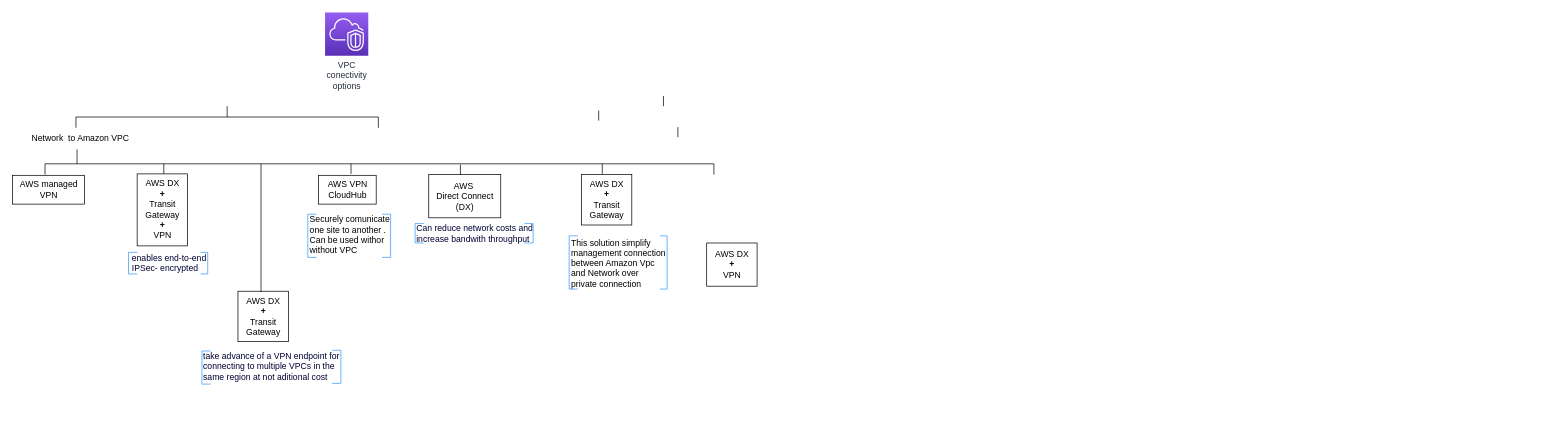
Earlier version of the draw.io diagram certification/vpc_connectivityoption.drawio (ldipotetjob/AWS). Source tidied: cells renumbered, new cells numbered last; positions are measured from the earlier drawing's top-left corner, leaving out a move shared by most shapes. Both pictures are drawn from the tidied source at 72%, with x=0, y=0 at pixel (12, 12).
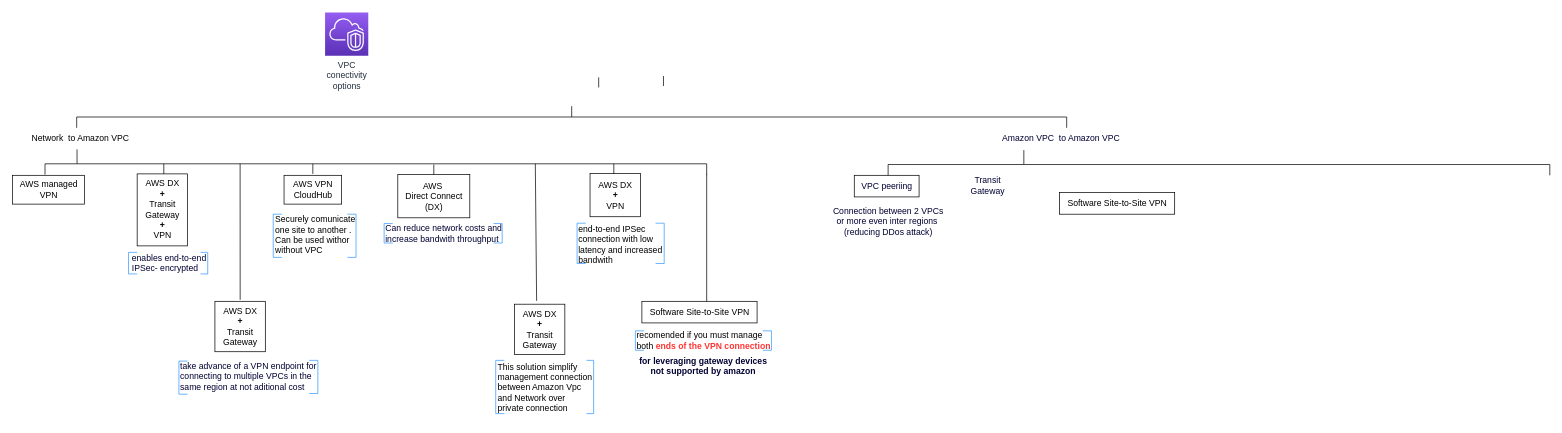
After the change.

Change to the diagram source:
```diff
@@
     <mxCell id="2" value="This solution simplify&lt;br&gt;management connection&lt;br&gt;between Amazon Vpc &lt;br&gt;and Network&amp;nbsp;over &lt;br&gt;private connection" style="text;html=1;align=left;verticalAlign=middle;strokeColor=none;fillColor=none;" parent="1" vertex="1">
-      <mxGeometry x="774" y="303" width="150" height="90" as="geometry" />
+      <mxGeometry x="672" y="476" width="150" height="90" as="geometry" />
     </mxCell>
@@
     <mxCell id="4" style="strokeWidth=1;html=1;shape=mxgraph.flowchart.annotation_2;align=left;labelPosition=right;direction=south;" parent="1" vertex="1">
-      <mxGeometry x="88" y="130" width="420" height="30" as="geometry" />
+      <mxGeometry x="89" y="130" width="1375" height="30" as="geometry" />
     </mxCell>
@@
     <mxCell id="6" style="strokeWidth=1;html=1;shape=mxgraph.flowchart.annotation_1;align=left;direction=south;" parent="1" vertex="1">
-      <mxGeometry x="45" y="210" width="929" height="15" as="geometry" />
+      <mxGeometry x="45" y="210" width="919" height="15" as="geometry" />
     </mxCell>
@@
     <mxCell id="14" value="take advance of a VPN endpoint for &lt;br&gt;connecting to multiple VPCs in the &lt;br&gt;same region&amp;nbsp;at not aditional cost" style="text;html=1;align=left;verticalAlign=middle;strokeColor=none;fillColor=none;fontSize=12;fontColor=#000033;" parent="1" vertex="1">
-      <mxGeometry x="263" y="462" width="210" height="60" as="geometry" />
+      <mxGeometry x="231" y="476" width="210" height="60" as="geometry" />
     </mxCell>
     <mxCell id="15" style="strokeWidth=1;html=1;shape=mxgraph.flowchart.annotation_1;align=left;fontColor=#000033;fillColor=none;strokeColor=#3399FF;" parent="1" vertex="1">
-      <mxGeometry x="263" y="470" width="12" height="46" as="geometry" />
+      <mxGeometry x="231" y="484" width="12" height="46" as="geometry" />
     </mxCell>
     <mxCell id="16" style="strokeWidth=1;html=1;shape=mxgraph.flowchart.annotation_1;align=left;fontColor=#000033;fillColor=none;direction=west;strokeColor=#3399FF;" parent="1" vertex="1">
-      <mxGeometry x="444" y="469" width="12" height="46" as="geometry" />
+      <mxGeometry x="412" y="483" width="12" height="46" as="geometry" />
     </mxCell>
     <mxCell id="17" style="endArrow=none;html=1;rounded=0;" parent="1" edge="1">
       <mxGeometry relative="1" as="geometry">
-        <mxPoint x="814" y="150" as="sourcePoint" />
-        <mxPoint x="814" y="136" as="targetPoint" />
+        <mxPoint x="814" y="104" as="sourcePoint" />
+        <mxPoint x="814" y="90" as="targetPoint" />
       </mxGeometry>
     </mxCell>
     <mxCell id="18" style="endArrow=none;html=1;rounded=0;" parent="1" edge="1">
       <mxGeometry relative="1" as="geometry">
-        <mxPoint x="904" y="130" as="sourcePoint" />
-        <mxPoint x="904" y="116" as="targetPoint" />
+        <mxPoint x="904" y="102" as="sourcePoint" />
+        <mxPoint x="904" y="88" as="targetPoint" />
       </mxGeometry>
     </mxCell>
     <mxCell id="19" style="endArrow=none;html=1;rounded=0;" parent="1" edge="1">
       <mxGeometry relative="1" as="geometry">
-        <mxPoint x="924" y="173" as="sourcePoint" />
-        <mxPoint x="924" y="159" as="targetPoint" />
+        <mxPoint x="835" y="224" as="sourcePoint" />
+        <mxPoint x="835" y="210" as="targetPoint" />
       </mxGeometry>
     </mxCell>
     <mxCell id="20" value="AWS VPN&lt;br&gt;CloudHub" style="text;html=1;align=center;verticalAlign=middle;strokeColor=default;fillColor=none;" parent="1" vertex="1">
-      <mxGeometry x="425" y="226" width="80" height="40" as="geometry" />
+      <mxGeometry x="377" y="226" width="80" height="40" as="geometry" />
     </mxCell>
     <mxCell id="21" value="Securely comunicate &lt;br&gt;one site to another . &lt;br&gt;Can be used withor &lt;br&gt;without VPC&amp;nbsp;&amp;nbsp;" style="text;html=1;align=left;verticalAlign=middle;strokeColor=none;fillColor=none;" parent="1" vertex="1">
-      <mxGeometry x="411" y="274" width="130" height="70" as="geometry" />
+      <mxGeometry x="363" y="274" width="130" height="70" as="geometry" />
     </mxCell>
     <mxCell id="22" style="strokeWidth=1;html=1;shape=mxgraph.flowchart.annotation_1;align=left;fontColor=#000033;fillColor=none;strokeColor=#3399FF;" parent="1" vertex="1">
-      <mxGeometry x="410" y="280" width="12" height="60" as="geometry" />
+      <mxGeometry x="362" y="280" width="12" height="60" as="geometry" />
     </mxCell>
     <mxCell id="23" style="strokeWidth=1;html=1;shape=mxgraph.flowchart.annotation_1;align=left;fontColor=#000033;fillColor=none;direction=west;strokeColor=#3399FF;" parent="1" vertex="1">
-      <mxGeometry x="513" y="280" width="12" height="60" as="geometry" />
+      <mxGeometry x="465" y="280" width="12" height="60" as="geometry" />
     </mxCell>
     <mxCell id="24" style="endArrow=none;html=1;rounded=0;" parent="1" edge="1">
       <mxGeometry relative="1" as="geometry">
-        <mxPoint x="470" y="224" as="sourcePoint" />
-        <mxPoint x="470" y="210" as="targetPoint" />
+        <mxPoint x="417" y="224" as="sourcePoint" />
+        <mxPoint x="417" y="210" as="targetPoint" />
       </mxGeometry>
     </mxCell>
     <mxCell id="25" value="AWS&amp;nbsp;&lt;br&gt;Direct Connect&lt;br&gt;(DX)" style="text;html=1;align=center;verticalAlign=middle;strokeColor=default;fillColor=none;" parent="1" vertex="1">
-      <mxGeometry x="578" y="225" width="100" height="60" as="geometry" />
+      <mxGeometry x="535" y="225" width="100" height="60" as="geometry" />
     </mxCell>
     <mxCell id="26" value="Can reduce network costs and&lt;br&gt;increase bandwith throughput" style="text;html=1;align=left;verticalAlign=middle;strokeColor=none;fillColor=none;fontSize=12;fontColor=#000033;" parent="1" vertex="1">
-      <mxGeometry x="559" y="287" width="190" height="40" as="geometry" />
+      <mxGeometry x="516" y="287" width="190" height="40" as="geometry" />
     </mxCell>
     <mxCell id="27" style="strokeWidth=1;html=1;shape=mxgraph.flowchart.annotation_1;align=left;fontColor=#000033;fillColor=none;strokeColor=#3399FF;" parent="1" vertex="1">
-      <mxGeometry x="559" y="293" width="12" height="27" as="geometry" />
+      <mxGeometry x="516" y="293" width="12" height="27" as="geometry" />
     </mxCell>
     <mxCell id="28" style="strokeWidth=1;html=1;shape=mxgraph.flowchart.annotation_1;align=left;fontColor=#000033;fillColor=none;direction=west;strokeColor=#3399FF;" parent="1" vertex="1">
-      <mxGeometry x="711" y="293" width="12" height="27" as="geometry" />
+      <mxGeometry x="668" y="293" width="12" height="27" as="geometry" />
     </mxCell>
     <mxCell id="29" style="endArrow=none;html=1;rounded=0;" parent="1" edge="1">
       <mxGeometry relative="1" as="geometry">
-        <mxPoint x="622" y="225" as="sourcePoint" />
-        <mxPoint x="622" y="211" as="targetPoint" />
+        <mxPoint x="585" y="225" as="sourcePoint" />
+        <mxPoint x="585" y="211" as="targetPoint" />
       </mxGeometry>
     </mxCell>
     <mxCell id="30" value="AWS DX&lt;br&gt;&lt;b&gt;+&lt;br&gt;&lt;/b&gt;Transit&lt;br&gt;Gateway" style="text;html=1;align=center;verticalAlign=middle;points=[];strokeColor=default;fillColor=none;" parent="1" vertex="1">
-      <mxGeometry x="313" y="387" width="70" height="70" as="geometry" />
+      <mxGeometry x="281" y="401" width="70" height="70" as="geometry" />
     </mxCell>
-    <mxCell id="31" style="endArrow=none;html=1;rounded=0;" parent="1" edge="1">
+    <mxCell id="31" style="endArrow=none;html=1;rounded=0;exitX=0.501;exitY=-0.03;exitDx=0;exitDy=0;exitPerimeter=0;" parent="1" edge="1" source="30">
       <mxGeometry relative="1" as="geometry">
-        <mxPoint x="345" y="388" as="sourcePoint" />
-        <mxPoint x="345" y="210" as="targetPoint" />
+        <mxPoint x="316" y="210" as="targetPoint" />
       </mxGeometry>
     </mxCell>
-    <mxCell id="32" style="endArrow=none;html=1;rounded=0;" parent="1" edge="1">
+    <mxCell id="32" style="endArrow=none;html=1;rounded=0;exitX=0.44;exitY=-0.067;exitDx=0;exitDy=0;exitPerimeter=0;" parent="1" edge="1" source="33">
       <mxGeometry relative="1" as="geometry">
-        <mxPoint x="819" y="224" as="sourcePoint" />
-        <mxPoint x="819" y="210" as="targetPoint" />
+        <mxPoint x="726" y="210" as="targetPoint" />
       </mxGeometry>
     </mxCell>
     <mxCell id="33" value="AWS DX&lt;br&gt;&lt;b&gt;+&lt;br&gt;&lt;/b&gt;Transit&lt;br&gt;Gateway" style="text;html=1;align=center;verticalAlign=middle;points=[];strokeColor=default;fillColor=none;" parent="1" vertex="1">
-      <mxGeometry x="790" y="225" width="70" height="70" as="geometry" />
+      <mxGeometry x="697" y="405" width="70" height="70" as="geometry" />
     </mxCell>
     <mxCell id="34" style="strokeWidth=1;html=1;shape=mxgraph.flowchart.annotation_1;align=left;fontColor=#000033;fillColor=none;strokeColor=#3399FF;" parent="1" vertex="1">
-      <mxGeometry x="773" y="310" width="12" height="74" as="geometry" />
+      <mxGeometry x="671" y="483" width="12" height="74" as="geometry" />
     </mxCell>
     <mxCell id="35" style="strokeWidth=1;html=1;shape=mxgraph.flowchart.annotation_1;align=left;fontColor=#000033;fillColor=none;direction=west;strokeColor=#3399FF;" parent="1" vertex="1">
-      <mxGeometry x="899" y="310" width="10" height="74" as="geometry" />
+      <mxGeometry x="797" y="483" width="10" height="74" as="geometry" />
     </mxCell>
     <mxCell id="36" value="AWS DX&lt;br&gt;&lt;b&gt;+&lt;/b&gt;&lt;br&gt;VPN" style="text;html=1;align=center;verticalAlign=middle;strokeColor=default;fillColor=none;" parent="1" vertex="1">
-      <mxGeometry x="964" y="320" width="70" height="60" as="geometry" />
+      <mxGeometry x="802" y="223.5" width="70" height="60" as="geometry" />
     </mxCell>
+    <mxCell id="37" value="end-to-end IPSec &lt;br&gt;connection&amp;nbsp;with low &lt;br&gt;latency and increased&amp;nbsp;&lt;br&gt;bandwith" style="text;html=1;align=left;verticalAlign=middle;strokeColor=none;fillColor=none;" parent="1" vertex="1">
+      <mxGeometry x="784" y="286.5" width="140" height="70" as="geometry" />
+    </mxCell>
+    <mxCell id="38" style="strokeWidth=1;html=1;shape=mxgraph.flowchart.annotation_1;align=left;fontColor=#000033;fillColor=none;strokeColor=#3399FF;" parent="1" vertex="1">
+      <mxGeometry x="784" y="292.5" width="12" height="56" as="geometry" />
+    </mxCell>
+    <mxCell id="39" style="strokeWidth=1;html=1;shape=mxgraph.flowchart.annotation_1;align=left;fontColor=#000033;fillColor=none;direction=west;strokeColor=#3399FF;" parent="1" vertex="1">
+      <mxGeometry x="893" y="292.5" width="12" height="56" as="geometry" />
+    </mxCell>
+    <mxCell id="40" value="Software Site-to-Site VPN" style="text;html=1;align=center;verticalAlign=middle;strokeColor=default;fillColor=none;" parent="1" vertex="1">
+      <mxGeometry x="874" y="401" width="160" height="30" as="geometry" />
+    </mxCell>
+    <mxCell id="41" style="endArrow=none;html=1;rounded=0;exitX=0.44;exitY=-0.067;exitDx=0;exitDy=0;exitPerimeter=0;" parent="1" edge="1">
+      <mxGeometry relative="1" as="geometry">
+        <mxPoint x="964" y="401" as="sourcePoint" />
+        <mxPoint x="964" y="224" as="targetPoint" />
+      </mxGeometry>
+    </mxCell>
+    <mxCell id="42" value="recomended if you must manage &lt;br&gt;both&amp;nbsp;&lt;b&gt;&lt;font color=&quot;#ff3333&quot;&gt;ends of the VPN connection&lt;/font&gt;&lt;/b&gt;&amp;nbsp;" style="text;html=1;align=left;verticalAlign=middle;strokeColor=none;fillColor=none;" parent="1" vertex="1">
+      <mxGeometry x="865" y="436" width="210" height="40" as="geometry" />
+    </mxCell>
+    <mxCell id="43" style="strokeWidth=1;html=1;shape=mxgraph.flowchart.annotation_1;align=left;fontColor=#000033;fillColor=none;strokeColor=#3399FF;" parent="1" vertex="1">
+      <mxGeometry x="865" y="442" width="12" height="27" as="geometry" />
+    </mxCell>
+    <mxCell id="44" style="strokeWidth=1;html=1;shape=mxgraph.flowchart.annotation_1;align=left;fontColor=#000033;fillColor=none;direction=west;strokeColor=#3399FF;" parent="1" vertex="1">
+      <mxGeometry x="1042" y="442" width="12" height="27" as="geometry" />
+    </mxCell>
+    <mxCell id="45" value="&lt;b&gt;for leveraging gateway devices &lt;br&gt;not supported by amazon&lt;/b&gt;" style="text;html=1;align=center;verticalAlign=middle;strokeColor=none;fillColor=none;fontColor=#000033;" parent="1" vertex="1">
+      <mxGeometry x="859" y="471" width="200" height="40" as="geometry" />
+    </mxCell>
+    <mxCell id="46" value="Amazon VPC&amp;nbsp; to Amazon VPC" style="text;html=1;align=center;verticalAlign=middle;strokeColor=none;fillColor=none;fontColor=#000033;" parent="1" vertex="1">
+      <mxGeometry x="1361" y="160" width="190" height="30" as="geometry" />
+    </mxCell>
+    <mxCell id="47" style="strokeWidth=1;html=1;shape=mxgraph.flowchart.annotation_1;align=left;direction=south;" parent="1" vertex="1">
+      <mxGeometry x="1216" y="211" width="919" height="15" as="geometry" />
+    </mxCell>
+    <mxCell id="48" style="endArrow=none;html=1;rounded=0;" parent="1" edge="1">
+      <mxGeometry relative="1" as="geometry">
+        <mxPoint x="1404.5" y="211" as="sourcePoint" />
+        <mxPoint x="1404.5" y="191" as="targetPoint" />
+      </mxGeometry>
+    </mxCell>
+    <mxCell id="49" value="VPC peeriing" style="text;html=1;align=center;verticalAlign=middle;strokeColor=default;fillColor=none;fontColor=#000033;" parent="1" vertex="1">
+      <mxGeometry x="1169" y="226" width="90" height="30" as="geometry" />
+    </mxCell>
+    <mxCell id="50" value="Transit &lt;br&gt;Gateway" style="text;html=1;align=center;verticalAlign=middle;strokeColor=none;fillColor=none;fontColor=#000033;" parent="1" vertex="1">
+      <mxGeometry x="1319" y="220" width="70" height="40" as="geometry" />
+    </mxCell>
+    <mxCell id="51" value="Software Site-to-Site VPN" style="text;html=1;align=center;verticalAlign=middle;strokeColor=default;fillColor=none;" parent="1" vertex="1">
+      <mxGeometry x="1454" y="250" width="160" height="30" as="geometry" />
+    </mxCell>
+    <mxCell id="52" value="Connection between&amp;nbsp;2 VPCs &lt;br&gt;or more even inter regions&amp;nbsp;&lt;br&gt;(reducing DDos attack)" style="text;html=1;align=center;verticalAlign=middle;strokeColor=none;fillColor=none;fontColor=#000033;" parent="1" vertex="1">
+      <mxGeometry x="1126" y="260" width="180" height="60" as="geometry" />
+    </mxCell>
```
